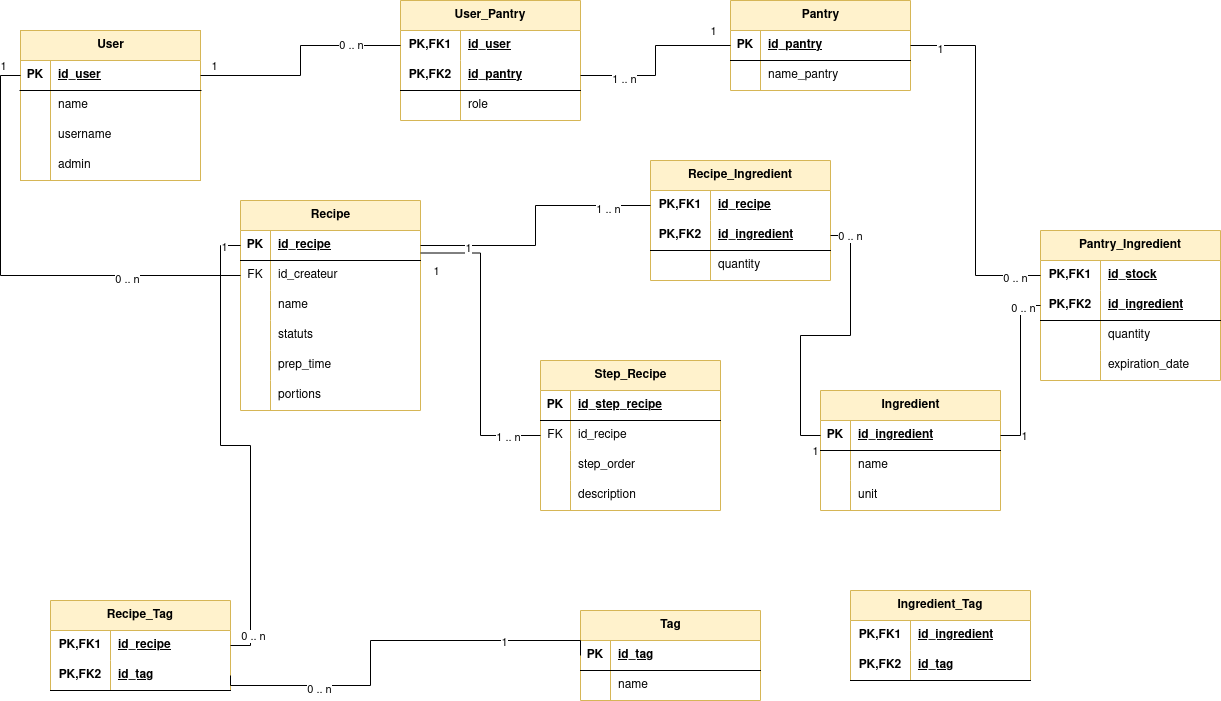
Projet-ingenierie-logiciel-2A-JerRouTes/projet2A keeps this draw.io diagram as Documentation/Images/diagramme_bdd.drawio.png. Above is the earlier version. Source tidied: cells renumbered, new cells last; positions are measured from the earlier drawing's top-left corner, leaving out a move shared by most shapes.
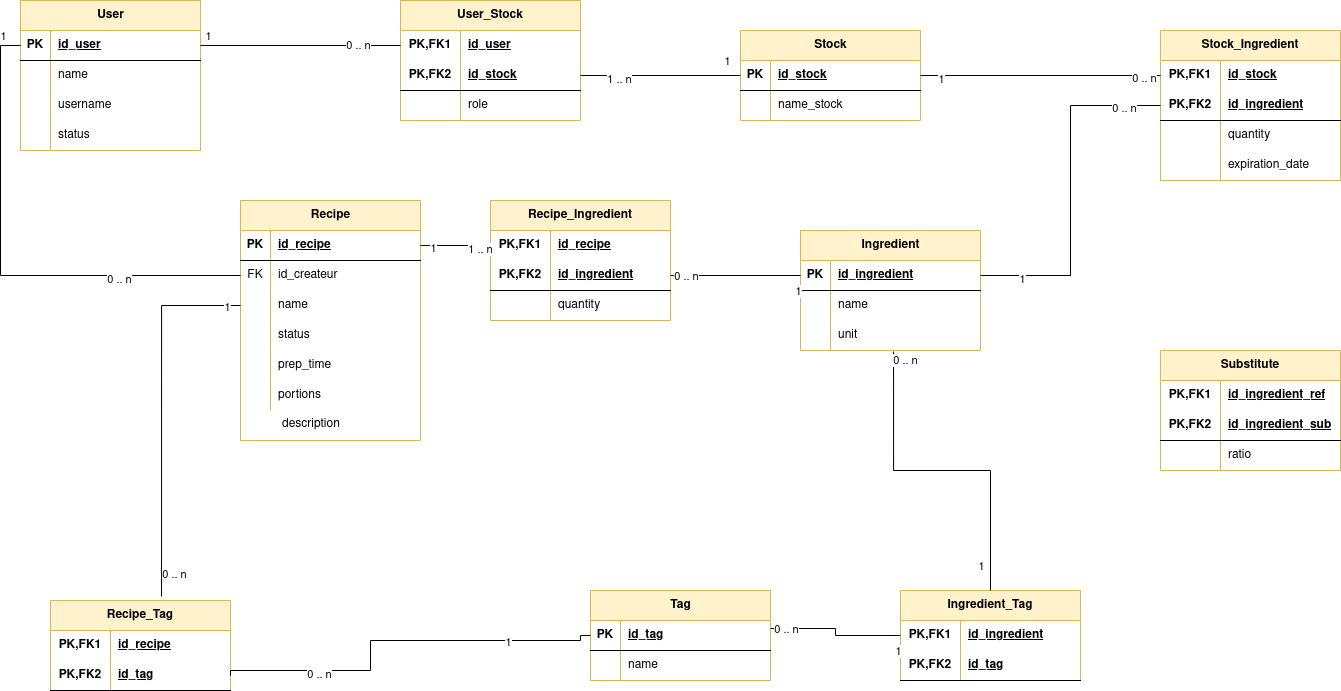
The same diagram one commit later.

What changed in the source:
```diff
@@ -5,3 +5,3 @@
     <mxCell id="2" value="User" style="shape=table;startSize=30;rowLines=0;fontStyle=1;align=center;html=1;fillColor=#fff2cc;strokeColor=#d6b656;" parent="1" vertex="1">
-      <mxGeometry y="30" width="180" height="150" as="geometry" />
+      <mxGeometry width="180" height="150" as="geometry" />
     </mxCell>
@@ -40,7 +40,7 @@
     </mxCell>
-    <mxCell id="14" value="admin" style="shape=partialRectangle;fillColor=none;top=0;left=0;bottom=0;right=0;align=left;spacingLeft=6;overflow=hidden;whiteSpace=wrap;html=1;" parent="12" vertex="1">
+    <mxCell id="14" value="status" style="shape=partialRectangle;fillColor=none;top=0;left=0;bottom=0;right=0;align=left;spacingLeft=6;overflow=hidden;whiteSpace=wrap;html=1;" parent="12" vertex="1">
       <mxGeometry x="30" width="150" height="30" as="geometry" />
     </mxCell>
-    <mxCell id="15" value="Pantry" style="shape=table;startSize=30;rowLines=0;fontStyle=1;align=center;html=1;fillColor=#fff2cc;strokeColor=#d6b656;" parent="1" vertex="1">
-      <mxGeometry x="710" width="180" height="90" as="geometry" />
+    <mxCell id="15" value="Stock" style="shape=table;startSize=30;rowLines=0;fontStyle=1;align=center;html=1;fillColor=#fff2cc;strokeColor=#d6b656;" parent="1" vertex="1">
+      <mxGeometry x="720" y="30" width="180" height="90" as="geometry" />
     </mxCell>
@@ -52,3 +52,3 @@
     </mxCell>
-    <mxCell id="18" value="id_pantry" style="shape=partialRectangle;fillColor=none;top=0;left=0;bottom=0;right=0;align=left;spacingLeft=6;fontStyle=5;overflow=hidden;whiteSpace=wrap;html=1;" parent="16" vertex="1">
+    <mxCell id="18" value="id_stock" style="shape=partialRectangle;fillColor=none;top=0;left=0;bottom=0;right=0;align=left;spacingLeft=6;fontStyle=5;overflow=hidden;whiteSpace=wrap;html=1;" parent="16" vertex="1">
       <mxGeometry x="30" width="150" height="30" as="geometry" />
@@ -61,6 +61,6 @@
     </mxCell>
-    <mxCell id="21" value="name_pantry" style="shape=partialRectangle;fillColor=none;top=0;left=0;bottom=0;right=0;align=left;spacingLeft=6;overflow=hidden;whiteSpace=wrap;html=1;" parent="19" vertex="1">
+    <mxCell id="21" value="name_stock" style="shape=partialRectangle;fillColor=none;top=0;left=0;bottom=0;right=0;align=left;spacingLeft=6;overflow=hidden;whiteSpace=wrap;html=1;" parent="19" vertex="1">
       <mxGeometry x="30" width="150" height="30" as="geometry" />
     </mxCell>
-    <mxCell id="22" value="User_Pantry" style="shape=table;startSize=30;rowLines=0;fontStyle=1;align=center;html=1;whiteSpace=wrap;fillColor=#fff2cc;strokeColor=#d6b656;" parent="1" vertex="1">
+    <mxCell id="22" value="User_Stock" style="shape=table;startSize=30;rowLines=0;fontStyle=1;align=center;html=1;whiteSpace=wrap;fillColor=#fff2cc;strokeColor=#d6b656;" parent="1" vertex="1">
       <mxGeometry x="380" width="180" height="120" as="geometry" />
@@ -82,3 +82,3 @@
     </mxCell>
-    <mxCell id="28" value="id_pantry" style="shape=partialRectangle;fillColor=none;top=0;left=0;bottom=0;right=0;align=left;spacingLeft=6;fontStyle=5;overflow=hidden;html=1;whiteSpace=wrap;" parent="26" vertex="1">
+    <mxCell id="28" value="id_stock" style="shape=partialRectangle;fillColor=none;top=0;left=0;bottom=0;right=0;align=left;spacingLeft=6;fontStyle=5;overflow=hidden;html=1;whiteSpace=wrap;" parent="26" vertex="1">
       <mxGeometry x="60" width="120" height="30" as="geometry" />
@@ -95,3 +95,3 @@
     <mxCell id="32" value="Ingredient" style="shape=table;startSize=30;rowLines=0;fontStyle=1;align=center;html=1;fillColor=#fff2cc;strokeColor=#d6b656;" parent="1" vertex="1">
-      <mxGeometry x="800" y="390" width="180" height="120" as="geometry" />
+      <mxGeometry x="780" y="230" width="180" height="120" as="geometry" />
     </mxCell>
@@ -121,7 +121,7 @@
     </mxCell>
-    <mxCell id="41" value="unit" style="shape=partialRectangle;fillColor=none;top=0;left=0;bottom=0;right=0;align=left;spacingLeft=6;overflow=hidden;whiteSpace=wrap;html=1;" parent="39" vertex="1">
+    <mxCell id="41" value="&lt;div&gt;unit&lt;/div&gt;" style="shape=partialRectangle;fillColor=none;top=0;left=0;bottom=0;right=0;align=left;spacingLeft=6;overflow=hidden;whiteSpace=wrap;html=1;" parent="39" vertex="1">
       <mxGeometry x="30" width="150" height="30" as="geometry" />
     </mxCell>
-    <mxCell id="42" value="&lt;div&gt;Pantry_Ingredient&lt;/div&gt;" style="shape=table;startSize=30;rowLines=0;fontStyle=1;align=center;html=1;whiteSpace=wrap;fillColor=#fff2cc;strokeColor=#d6b656;" parent="1" vertex="1">
-      <mxGeometry x="1020" y="230" width="180" height="150" as="geometry" />
+    <mxCell id="42" value="Stock_Ingredient" style="shape=table;startSize=30;rowLines=0;fontStyle=1;align=center;html=1;whiteSpace=wrap;fillColor=#fff2cc;strokeColor=#d6b656;" parent="1" vertex="1">
+      <mxGeometry x="1140" y="30" width="180" height="150" as="geometry" />
     </mxCell>
@@ -164,3 +164,3 @@
     <mxCell id="55" value="Recipe" style="shape=table;startSize=30;rowLines=0;fontStyle=1;align=center;html=1;fillColor=#fff2cc;strokeColor=#d6b656;" parent="1" vertex="1">
-      <mxGeometry x="220" y="200" width="180" height="210" as="geometry" />
+      <mxGeometry x="220" y="200" width="180" height="240" as="geometry" />
     </mxCell>
@@ -199,3 +199,3 @@
     </mxCell>
-    <mxCell id="67" value="statuts" style="shape=partialRectangle;fillColor=none;top=0;left=0;bottom=0;right=0;align=left;spacingLeft=6;overflow=hidden;whiteSpace=wrap;html=1;" parent="65" vertex="1">
+    <mxCell id="67" value="status" style="shape=partialRectangle;fillColor=none;top=0;left=0;bottom=0;right=0;align=left;spacingLeft=6;overflow=hidden;whiteSpace=wrap;html=1;" parent="65" vertex="1">
       <mxGeometry x="30" width="150" height="30" as="geometry" />
@@ -221,3 +221,3 @@
     <mxCell id="74" value="Recipe_Ingredient" style="shape=table;startSize=30;rowLines=0;fontStyle=1;align=center;html=1;whiteSpace=wrap;fillColor=#fff2cc;strokeColor=#d6b656;" parent="1" vertex="1">
-      <mxGeometry x="630" y="160" width="180" height="120" as="geometry" />
+      <mxGeometry x="470" y="200" width="180" height="120" as="geometry" />
     </mxCell>
@@ -250,41 +250,2 @@
     </mxCell>
-    <mxCell id="84" value=" &lt;strong&gt;Step&lt;/strong&gt;_Recipe" style="shape=table;startSize=30;rowLines=0;fontStyle=1;align=center;html=1;fillColor=#fff2cc;strokeColor=#d6b656;" parent="1" vertex="1">
-      <mxGeometry x="520" y="360" width="180" height="150" as="geometry" />
-    </mxCell>
-    <mxCell id="85" style="shape=tableRow;horizontal=0;startSize=0;swimlaneHead=0;swimlaneBody=0;fillColor=none;top=0;left=0;right=0;bottom=1;" parent="84" vertex="1">
-      <mxGeometry y="30" width="180" height="30" as="geometry" />
-    </mxCell>
-    <mxCell id="86" value="PK" style="shape=partialRectangle;fillColor=none;top=0;left=0;bottom=0;right=0;fontStyle=1;overflow=hidden;whiteSpace=wrap;html=1;" parent="85" vertex="1">
-      <mxGeometry width="30" height="30" as="geometry" />
-    </mxCell>
-    <mxCell id="87" value="id_step_recipe" style="shape=partialRectangle;fillColor=none;top=0;left=0;bottom=0;right=0;align=left;spacingLeft=6;fontStyle=5;overflow=hidden;whiteSpace=wrap;html=1;" parent="85" vertex="1">
-      <mxGeometry x="30" width="150" height="30" as="geometry" />
-    </mxCell>
-    <mxCell id="88" style="shape=tableRow;horizontal=0;startSize=0;swimlaneHead=0;swimlaneBody=0;fillColor=none;points=[[0,0.5],[1,0.5]];portConstraint=eastwest;top=0;left=0;right=0;bottom=0;" parent="84" vertex="1">
-      <mxGeometry y="60" width="180" height="30" as="geometry" />
-    </mxCell>
-    <mxCell id="89" value="FK" style="shape=partialRectangle;fillColor=none;top=0;left=0;bottom=0;right=0;fontStyle=0;overflow=hidden;whiteSpace=wrap;html=1;" parent="88" vertex="1">
-      <mxGeometry width="30" height="30" as="geometry" />
-    </mxCell>
-    <mxCell id="90" value="id_recipe" style="shape=partialRectangle;fillColor=none;top=0;left=0;bottom=0;right=0;align=left;spacingLeft=6;fontStyle=0;overflow=hidden;whiteSpace=wrap;html=1;" parent="88" vertex="1">
-      <mxGeometry x="30" width="150" height="30" as="geometry" />
-    </mxCell>
-    <mxCell id="91" style="shape=tableRow;horizontal=0;startSize=0;swimlaneHead=0;swimlaneBody=0;fillColor=none;top=0;left=0;right=0;bottom=0;" parent="84" vertex="1">
-      <mxGeometry y="90" width="180" height="30" as="geometry" />
-    </mxCell>
-    <mxCell id="92" style="shape=partialRectangle;fillColor=none;top=0;left=0;bottom=0;right=0;overflow=hidden;whiteSpace=wrap;html=1;" parent="91" vertex="1">
-      <mxGeometry width="30" height="30" as="geometry" />
-    </mxCell>
-    <mxCell id="93" value="step_order" style="shape=partialRectangle;fillColor=none;top=0;left=0;bottom=0;right=0;align=left;spacingLeft=6;overflow=hidden;whiteSpace=wrap;html=1;" parent="91" vertex="1">
-      <mxGeometry x="30" width="150" height="30" as="geometry" />
-    </mxCell>
-    <mxCell id="94" style="shape=tableRow;horizontal=0;startSize=0;swimlaneHead=0;swimlaneBody=0;fillColor=none;top=0;left=0;right=0;bottom=0;" parent="84" vertex="1">
-      <mxGeometry y="120" width="180" height="30" as="geometry" />
-    </mxCell>
-    <mxCell id="95" style="shape=partialRectangle;fillColor=none;top=0;left=0;bottom=0;right=0;overflow=hidden;whiteSpace=wrap;html=1;" parent="94" vertex="1">
-      <mxGeometry width="30" height="30" as="geometry" />
-    </mxCell>
-    <mxCell id="96" value="description" style="shape=partialRectangle;fillColor=none;top=0;left=0;bottom=0;right=0;align=left;spacingLeft=6;overflow=hidden;whiteSpace=wrap;html=1;" parent="94" vertex="1">
-      <mxGeometry x="30" width="150" height="30" as="geometry" />
-    </mxCell>
     <mxCell id="97" style="edgeStyle=orthogonalEdgeStyle;rounded=0;jettySize=auto;html=1;endArrow=none;endFill=0;sourcePerimeterSpacing=0;strokeColor=default;" parent="1" edge="1" source="3" target="23">
@@ -312,3 +273,3 @@
     <mxCell id="103" value="Tag" style="shape=table;startSize=30;rowLines=0;fontStyle=1;align=center;html=1;fillColor=#fff2cc;strokeColor=#d6b656;" parent="1" vertex="1">
-      <mxGeometry x="560" y="610" width="180" height="90" as="geometry" />
+      <mxGeometry x="570" y="590" width="180" height="90" as="geometry" />
     </mxCell>
@@ -356,4 +317,6 @@
         <Array as="points">
+          <mxPoint x="560" y="640" />
           <mxPoint x="350" y="640" />
-          <mxPoint x="350" y="685" />
+          <mxPoint x="350" y="670" />
+          <mxPoint x="210" y="670" />
         </Array>
@@ -369,13 +332,2 @@
     </mxCell>
-    <mxCell id="120" style="edgeStyle=orthogonalEdgeStyle;rounded=0;jettySize=auto;html=1;entryX=1;entryY=0.25;entryDx=0;entryDy=0;endArrow=none;endFill=0;" parent="1" edge="1" source="88" target="55">
-      <mxGeometry relative="1" as="geometry" />
-    </mxCell>
-    <mxCell id="121" value="1" style="edgeLabel;html=1;align=center;verticalAlign=middle;" parent="120" vertex="1">
-      <mxGeometry x="0.83" y="1" relative="1" as="geometry">
-        <mxPoint x="-10" y="17" as="offset" />
-      </mxGeometry>
-    </mxCell>
-    <mxCell id="122" value="1 .. n" style="edgeLabel;html=1;align=center;verticalAlign=middle;" parent="120" vertex="1">
-      <mxGeometry x="-0.78" y="1" relative="1" as="geometry" />
-    </mxCell>
     <mxCell id="123" style="edgeStyle=orthogonalEdgeStyle;rounded=0;jettySize=auto;html=1;endArrow=none;endFill=0;convertToSvg=0;" parent="1" edge="1" source="16" target="43">
@@ -422,3 +374,3 @@
     </mxCell>
-    <mxCell id="135" style="edgeStyle=orthogonalEdgeStyle;rounded=0;jettySize=auto;html=1;entryX=0;entryY=0.5;entryDx=0;entryDy=0;endArrow=none;endFill=0;" parent="1" edge="1" source="111" target="56">
+    <mxCell id="135" style="edgeStyle=orthogonalEdgeStyle;rounded=0;jettySize=auto;html=1;entryX=0;entryY=0.5;entryDx=0;entryDy=0;endArrow=none;endFill=0;exitX=0.617;exitY=-0.044;exitDx=0;exitDy=0;exitPerimeter=0;" parent="1" edge="1" source="110" target="62">
       <mxGeometry relative="1" as="geometry" />
@@ -446,3 +398,3 @@
     <mxCell id="142" value="Ingredient_Tag" style="shape=table;startSize=30;rowLines=0;fontStyle=1;align=center;html=1;whiteSpace=wrap;fillColor=#fff2cc;strokeColor=#d6b656;" parent="1" vertex="1">
-      <mxGeometry x="830" y="590" width="180" height="90" as="geometry" />
+      <mxGeometry x="880" y="590" width="180" height="90" as="geometry" />
     </mxCell>
@@ -466,2 +418,67 @@
     </mxCell>
+    <mxCell id="149" style="shape=tableRow;horizontal=0;startSize=0;swimlaneHead=0;swimlaneBody=0;fillColor=none;top=0;left=0;right=0;bottom=0;" parent="1" vertex="1">
+      <mxGeometry x="1040" y="510" width="180" height="30" as="geometry" />
+    </mxCell>
+    <mxCell id="150" style="shape=partialRectangle;fillColor=none;top=0;left=0;bottom=0;right=0;overflow=hidden;whiteSpace=wrap;html=1;" parent="149" vertex="1">
+      <mxGeometry width="30" height="30" as="geometry" />
+    </mxCell>
+    <mxCell id="151" style="edgeStyle=orthogonalEdgeStyle;rounded=0;jettySize=auto;html=1;endArrow=none;endFill=0;entryX=0.517;entryY=1.033;entryDx=0;entryDy=0;entryPerimeter=0;" parent="1" edge="1" source="142" target="39">
+      <mxGeometry relative="1" as="geometry" />
+    </mxCell>
+    <mxCell id="152" value="1" style="edgeLabel;html=1;align=center;verticalAlign=middle;" parent="151" vertex="1">
+      <mxGeometry x="-0.96" y="1" relative="1" as="geometry">
+        <mxPoint x="-9" y="-18" as="offset" />
+      </mxGeometry>
+    </mxCell>
+    <mxCell id="153" value="0 .. n" style="edgeLabel;html=1;align=center;verticalAlign=middle;" parent="151" vertex="1">
+      <mxGeometry x="0.95" relative="1" as="geometry">
+        <mxPoint x="11" as="offset" />
+      </mxGeometry>
+    </mxCell>
+    <mxCell id="154" style="edgeStyle=orthogonalEdgeStyle;rounded=0;jettySize=auto;html=1;endArrow=none;endFill=0;entryX=1;entryY=0.267;entryDx=0;entryDy=0;entryPerimeter=0;exitX=0;exitY=0.5;exitDx=0;exitDy=0;" parent="1" edge="1" source="143" target="104">
+      <mxGeometry relative="1" as="geometry" />
+    </mxCell>
+    <mxCell id="155" value="1" style="edgeLabel;html=1;align=center;verticalAlign=middle;" parent="154" vertex="1">
+      <mxGeometry x="-0.96" y="1" relative="1" as="geometry">
+        <mxPoint y="14" as="offset" />
+      </mxGeometry>
+    </mxCell>
+    <mxCell id="156" value="0 .. n" style="edgeLabel;html=1;align=center;verticalAlign=middle;" parent="154" vertex="1">
+      <mxGeometry x="0.95" relative="1" as="geometry">
+        <mxPoint x="11" as="offset" />
+      </mxGeometry>
+    </mxCell>
+    <mxCell id="96" value="description" style="text;whiteSpace=wrap;html=1;" parent="1" vertex="1">
+      <mxGeometry x="260" y="410" width="90" height="30" as="geometry" />
+    </mxCell>
+    <mxCell id="157" value="Substitute" style="shape=table;startSize=30;rowLines=0;fontStyle=1;align=center;html=1;whiteSpace=wrap;fillColor=#fff2cc;strokeColor=#d6b656;" parent="1" vertex="1">
+      <mxGeometry x="1140" y="350" width="180" height="120" as="geometry" />
+    </mxCell>
+    <mxCell id="158" style="shape=tableRow;horizontal=0;startSize=0;swimlaneHead=0;swimlaneBody=0;fillColor=none;top=0;left=0;right=0;bottom=0;html=1;" parent="157" vertex="1">
+      <mxGeometry y="30" width="180" height="30" as="geometry" />
+    </mxCell>
+    <mxCell id="159" value="PK,FK1" style="shape=partialRectangle;fillColor=none;top=0;left=0;bottom=0;right=0;fontStyle=1;overflow=hidden;html=1;whiteSpace=wrap;" parent="158" vertex="1">
+      <mxGeometry width="60" height="30" as="geometry" />
+    </mxCell>
+    <mxCell id="160" value="id_ingredient_ref" style="shape=partialRectangle;fillColor=none;top=0;left=0;bottom=0;right=0;align=left;spacingLeft=6;fontStyle=5;overflow=hidden;html=1;whiteSpace=wrap;" parent="158" vertex="1">
+      <mxGeometry x="60" width="120" height="30" as="geometry" />
+    </mxCell>
+    <mxCell id="161" style="shape=tableRow;horizontal=0;startSize=0;swimlaneHead=0;swimlaneBody=0;fillColor=none;top=0;left=0;right=0;bottom=1;html=1;" parent="157" vertex="1">
+      <mxGeometry y="60" width="180" height="30" as="geometry" />
+    </mxCell>
+    <mxCell id="162" value="PK,FK2" style="shape=partialRectangle;fillColor=none;top=0;left=0;bottom=0;right=0;fontStyle=1;overflow=hidden;html=1;whiteSpace=wrap;" parent="161" vertex="1">
+      <mxGeometry width="60" height="30" as="geometry" />
+    </mxCell>
+    <mxCell id="163" value="id_ingredient_sub" style="shape=partialRectangle;fillColor=none;top=0;left=0;bottom=0;right=0;align=left;spacingLeft=6;fontStyle=5;overflow=hidden;html=1;whiteSpace=wrap;" parent="161" vertex="1">
+      <mxGeometry x="60" width="120" height="30" as="geometry" />
+    </mxCell>
+    <mxCell id="164" style="shape=tableRow;horizontal=0;startSize=0;swimlaneHead=0;swimlaneBody=0;fillColor=none;top=0;left=0;right=0;bottom=0;html=1;" parent="157" vertex="1">
+      <mxGeometry y="90" width="180" height="30" as="geometry" />
+    </mxCell>
+    <mxCell id="165" style="shape=partialRectangle;fillColor=none;top=0;left=0;bottom=0;right=0;overflow=hidden;html=1;whiteSpace=wrap;" parent="164" vertex="1">
+      <mxGeometry width="60" height="30" as="geometry" />
+    </mxCell>
+    <mxCell id="166" value="ratio" style="shape=partialRectangle;fillColor=none;top=0;left=0;bottom=0;right=0;align=left;spacingLeft=6;overflow=hidden;html=1;whiteSpace=wrap;" parent="164" vertex="1">
+      <mxGeometry x="60" width="120" height="30" as="geometry" />
+    </mxCell>
   </root>
```
